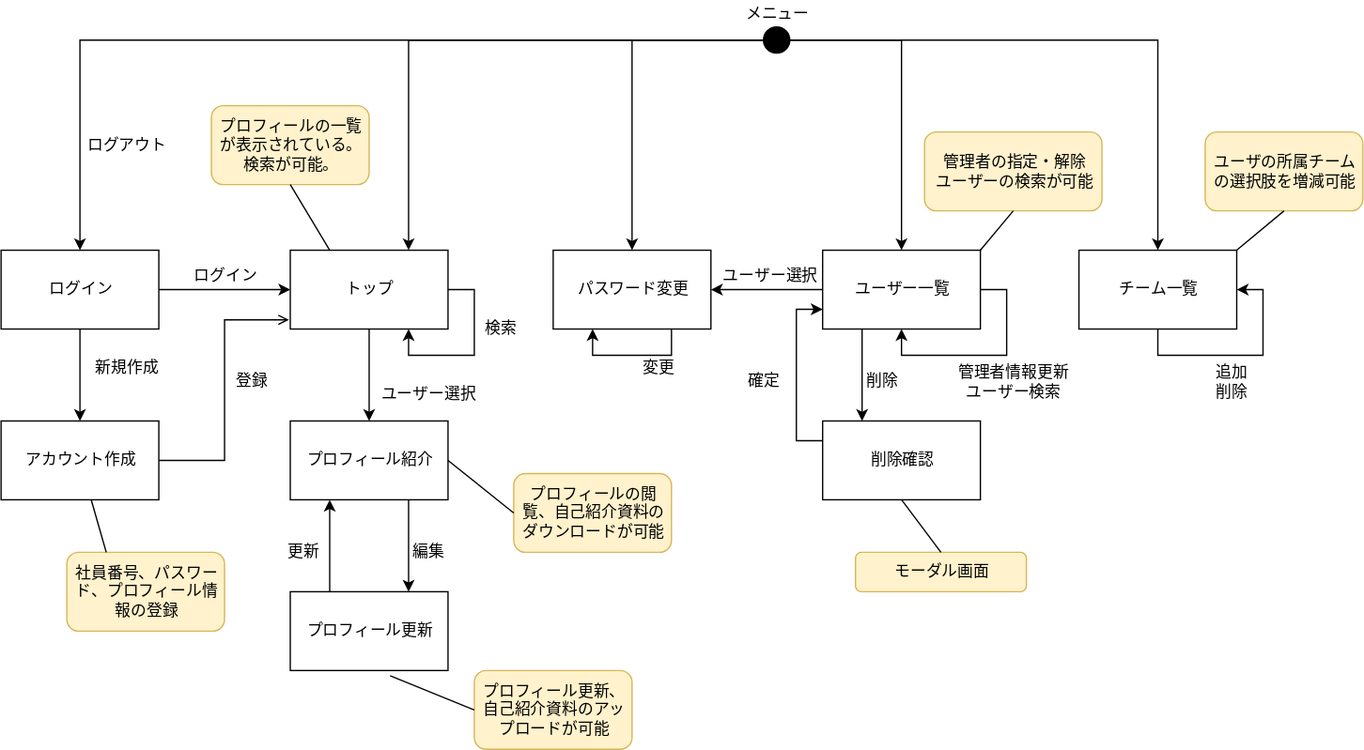
This is doc/2_画面設計/1_画面遷移図.svg from tis-pb1-programing-club/album-web, a draw.io export, as it was before one commit. Source tidied: cells renumbered, new cells last; positions are measured from the earlier drawing's top-left corner, leaving out a move shared by most shapes.
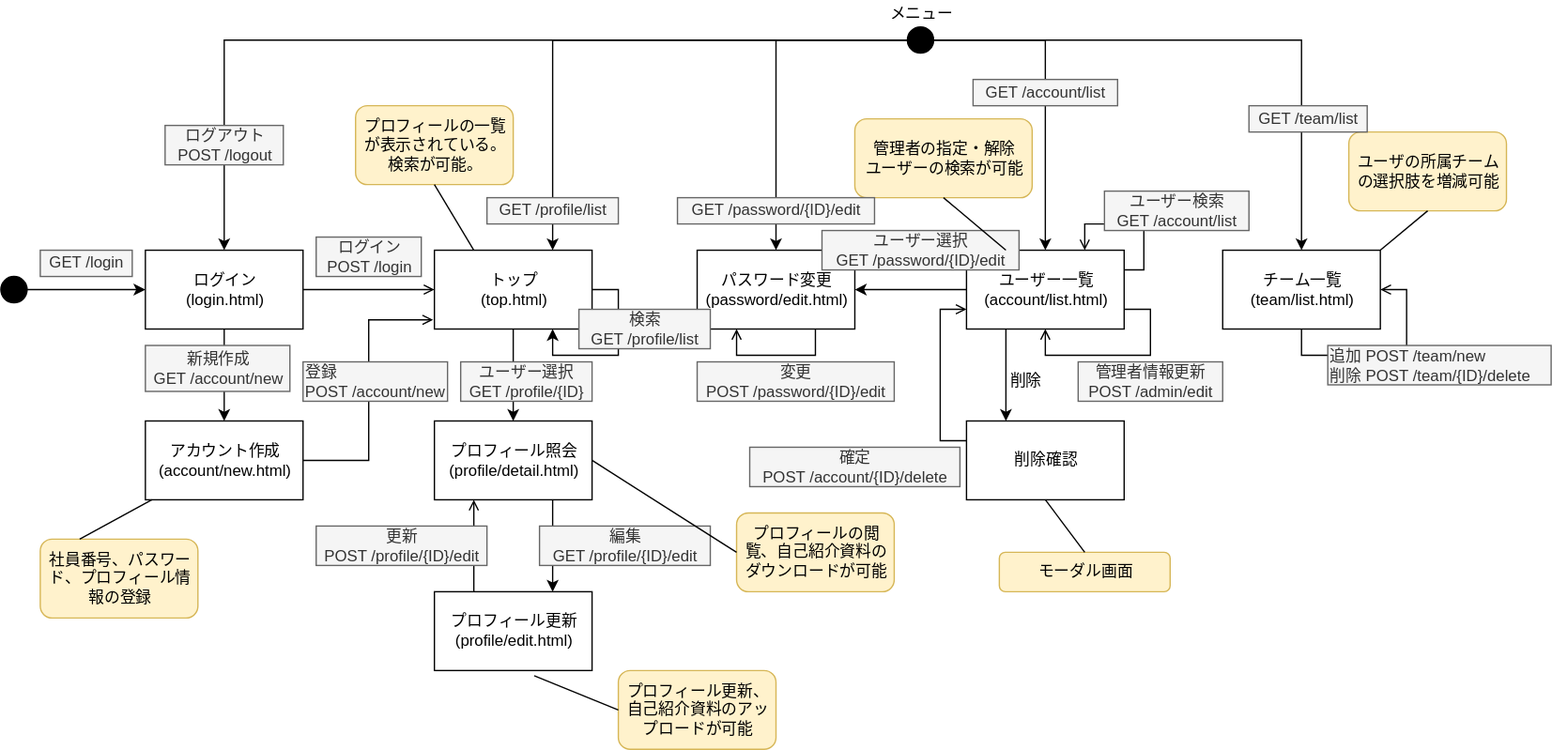
Above is the later version.

Commit message:
第11回目の結果を反映

Change to the diagram source:
```diff
@@ -2,58 +2,58 @@
   <root>
     <mxCell id="0" />
     <mxCell id="1" parent="0" />
-    <mxCell id="2" style="edgeStyle=orthogonalEdgeStyle;rounded=0;jettySize=auto;html=1;exitX=1;exitY=0.5;exitDx=0;exitDy=0;entryX=0;entryY=0.5;entryDx=0;entryDy=0;" parent="1" edge="1" source="4" target="11">
+    <mxCell id="2" style="edgeStyle=orthogonalEdgeStyle;rounded=0;jettySize=auto;html=1;exitX=1;exitY=0.5;exitDx=0;exitDy=0;entryX=0;entryY=0.5;entryDx=0;entryDy=0;endArrow=open;endFill=0;" parent="1" edge="1" source="4" target="11">
       <mxGeometry relative="1" as="geometry" />
     </mxCell>
     <mxCell id="3" style="edgeStyle=orthogonalEdgeStyle;rounded=0;jettySize=auto;html=1;exitX=0.5;exitY=1;exitDx=0;exitDy=0;" parent="1" edge="1" source="4" target="6">
       <mxGeometry relative="1" as="geometry" />
     </mxCell>
-    <mxCell id="4" value="ログイン" style="rounded=0;whiteSpace=wrap;html=1;" parent="1" vertex="1">
+    <mxCell id="4" value="&lt;div&gt;ログイン&lt;/div&gt;&lt;div&gt;(login.html)&lt;br&gt;&lt;/div&gt;" style="rounded=0;whiteSpace=wrap;html=1;" parent="1" vertex="1">
       <mxGeometry y="190" width="120" height="60" as="geometry" />
     </mxCell>
     <mxCell id="5" style="edgeStyle=orthogonalEdgeStyle;rounded=0;jettySize=auto;html=1;exitX=1;exitY=0.5;exitDx=0;exitDy=0;entryX=-0.008;entryY=0.883;entryDx=0;entryDy=0;entryPerimeter=0;endArrow=open;endFill=0;" parent="1" edge="1" source="6" target="11">
       <mxGeometry relative="1" as="geometry" />
     </mxCell>
-    <mxCell id="6" value="アカウント作成" style="rounded=0;whiteSpace=wrap;html=1;" parent="1" vertex="1">
+    <mxCell id="6" value="&lt;div&gt;アカウント作成&lt;/div&gt;(account/new.html)" style="rounded=0;whiteSpace=wrap;html=1;" parent="1" vertex="1">
       <mxGeometry y="320" width="120" height="60" as="geometry" />
     </mxCell>
     <mxCell id="7" value="社員番号、パスワード、プロフィール情報の登録" style="rounded=1;whiteSpace=wrap;html=1;fillColor=#fff2cc;strokeColor=#d6b656;" parent="1" vertex="1">
-      <mxGeometry x="50" y="420" width="120" height="60" as="geometry" />
+      <mxGeometry x="-80" y="410" width="120" height="60" as="geometry" />
     </mxCell>
     <mxCell id="8" style="endArrow=none;html=1;entryX=0.25;entryY=0;entryDx=0;entryDy=0;" parent="1" edge="1" source="6" target="7">
       <mxGeometry relative="1" as="geometry" />
     </mxCell>
-    <mxCell id="9" value="パスワード変更" style="rounded=0;whiteSpace=wrap;html=1;" parent="1" vertex="1">
+    <mxCell id="9" value="&lt;div&gt;パスワード変更&lt;/div&gt;(password/edit.html)" style="rounded=0;whiteSpace=wrap;html=1;" parent="1" vertex="1">
       <mxGeometry x="420" y="190" width="120" height="60" as="geometry" />
     </mxCell>
     <mxCell id="10" style="edgeStyle=orthogonalEdgeStyle;rounded=0;jettySize=auto;html=1;exitX=0.5;exitY=1;exitDx=0;exitDy=0;entryX=0.5;entryY=0;entryDx=0;entryDy=0;" parent="1" edge="1" source="11" target="13">
       <mxGeometry relative="1" as="geometry" />
     </mxCell>
-    <mxCell id="11" value="トップ" style="rounded=0;whiteSpace=wrap;html=1;" parent="1" vertex="1">
+    <mxCell id="11" value="&lt;div&gt;トップ&lt;/div&gt;(top.html)" style="rounded=0;whiteSpace=wrap;html=1;" parent="1" vertex="1">
       <mxGeometry x="220" y="190" width="120" height="60" as="geometry" />
     </mxCell>
     <mxCell id="12" style="edgeStyle=orthogonalEdgeStyle;rounded=0;jettySize=auto;html=1;exitX=0.75;exitY=1;exitDx=0;exitDy=0;entryX=0.75;entryY=0;entryDx=0;entryDy=0;" parent="1" edge="1" source="13" target="15">
       <mxGeometry relative="1" as="geometry" />
     </mxCell>
-    <mxCell id="13" value="プロフィール紹介" style="rounded=0;whiteSpace=wrap;html=1;" parent="1" vertex="1">
+    <mxCell id="13" value="&lt;div&gt;プロフィール照会&lt;/div&gt;(profile/detail.html)" style="rounded=0;whiteSpace=wrap;html=1;" parent="1" vertex="1">
       <mxGeometry x="220" y="320" width="120" height="60" as="geometry" />
     </mxCell>
-    <mxCell id="14" style="edgeStyle=orthogonalEdgeStyle;rounded=0;jettySize=auto;html=1;exitX=0.25;exitY=0;exitDx=0;exitDy=0;entryX=0.25;entryY=1;entryDx=0;entryDy=0;" parent="1" edge="1" source="15" target="13">
+    <mxCell id="14" style="edgeStyle=orthogonalEdgeStyle;rounded=0;jettySize=auto;html=1;exitX=0.25;exitY=0;exitDx=0;exitDy=0;entryX=0.25;entryY=1;entryDx=0;entryDy=0;endArrow=open;endFill=0;" parent="1" edge="1" source="15" target="13">
       <mxGeometry relative="1" as="geometry" />
     </mxCell>
-    <mxCell id="15" value="プロフィール更新" style="rounded=0;whiteSpace=wrap;html=1;" parent="1" vertex="1">
+    <mxCell id="15" value="&lt;div&gt;プロフィール更新&lt;/div&gt;(profile/edit.html)" style="rounded=0;whiteSpace=wrap;html=1;" parent="1" vertex="1">
       <mxGeometry x="220" y="450" width="120" height="60" as="geometry" />
     </mxCell>
-    <mxCell id="16" value="チーム一覧" style="rounded=0;whiteSpace=wrap;html=1;" parent="1" vertex="1">
+    <mxCell id="16" value="&lt;div&gt;チーム一覧&lt;/div&gt;(team/list.html)" style="rounded=0;whiteSpace=wrap;html=1;" parent="1" vertex="1">
       <mxGeometry x="820" y="190" width="120" height="60" as="geometry" />
     </mxCell>
     <mxCell id="17" style="edgeStyle=orthogonalEdgeStyle;rounded=0;jettySize=auto;html=1;exitX=0;exitY=0.5;exitDx=0;exitDy=0;entryX=1;entryY=0.5;entryDx=0;entryDy=0;" parent="1" edge="1" source="18" target="9">
       <mxGeometry relative="1" as="geometry" />
     </mxCell>
-    <mxCell id="18" value="ユーザー一覧" style="rounded=0;whiteSpace=wrap;html=1;" parent="1" vertex="1">
+    <mxCell id="18" value="&lt;div&gt;ユーザー一覧&lt;/div&gt;(account/list.html)" style="rounded=0;whiteSpace=wrap;html=1;" parent="1" vertex="1">
       <mxGeometry x="625" y="190" width="120" height="60" as="geometry" />
     </mxCell>
-    <mxCell id="19" style="edgeStyle=orthogonalEdgeStyle;rounded=0;orthogonalLoop=1;jettySize=auto;html=1;exitX=0.5;exitY=1;exitDx=0;exitDy=0;entryX=1;entryY=0.5;entryDx=0;entryDy=0;" parent="1" edge="1" source="16" target="16">
+    <mxCell id="19" style="edgeStyle=orthogonalEdgeStyle;rounded=0;orthogonalLoop=1;jettySize=auto;html=1;exitX=0.5;exitY=1;exitDx=0;exitDy=0;entryX=1;entryY=0.5;entryDx=0;entryDy=0;endArrow=open;endFill=0;" parent="1" edge="1" source="16" target="16">
       <mxGeometry relative="1" as="geometry" />
     </mxCell>
     <mxCell id="20" style="edgeStyle=orthogonalEdgeStyle;rounded=0;jettySize=auto;html=1;exitX=1;exitY=0.5;exitDx=0;exitDy=0;" parent="1" edge="1" source="25" target="16">
@@ -79,53 +79,53 @@
     <mxCell id="26" value="メニュー" style="text;html=1;strokeColor=none;fillColor=none;align=center;verticalAlign=middle;whiteSpace=wrap;rounded=0;" parent="1" vertex="1">
       <mxGeometry x="555" width="70" height="20" as="geometry" />
     </mxCell>
-    <mxCell id="27" style="edgeStyle=orthogonalEdgeStyle;rounded=0;orthogonalLoop=1;jettySize=auto;html=1;exitX=0.75;exitY=1;exitDx=0;exitDy=0;entryX=0.25;entryY=1;entryDx=0;entryDy=0;" parent="1" edge="1" source="9" target="9">
+    <mxCell id="27" style="edgeStyle=orthogonalEdgeStyle;rounded=0;orthogonalLoop=1;jettySize=auto;html=1;exitX=0.75;exitY=1;exitDx=0;exitDy=0;entryX=0.25;entryY=1;entryDx=0;entryDy=0;endArrow=open;endFill=0;" parent="1" edge="1" source="9" target="9">
       <mxGeometry relative="1" as="geometry" />
     </mxCell>
     <mxCell id="28" style="edgeStyle=orthogonalEdgeStyle;rounded=0;orthogonalLoop=1;jettySize=auto;html=1;exitX=1;exitY=0.5;exitDx=0;exitDy=0;entryX=0.75;entryY=1;entryDx=0;entryDy=0;" parent="1" edge="1" source="11" target="11">
       <mxGeometry relative="1" as="geometry" />
     </mxCell>
-    <mxCell id="29" style="edgeStyle=orthogonalEdgeStyle;rounded=0;orthogonalLoop=1;jettySize=auto;html=1;exitX=1;exitY=0.5;exitDx=0;exitDy=0;entryX=0.5;entryY=1;entryDx=0;entryDy=0;" parent="1" edge="1" source="18" target="18">
+    <mxCell id="29" style="edgeStyle=orthogonalEdgeStyle;rounded=0;orthogonalLoop=1;jettySize=auto;html=1;exitX=1;exitY=0.75;exitDx=0;exitDy=0;entryX=0.5;entryY=1;entryDx=0;entryDy=0;endArrow=open;endFill=0;" parent="1" edge="1" source="18" target="18">
       <mxGeometry relative="1" as="geometry" />
     </mxCell>
-    <mxCell id="30" style="edgeStyle=orthogonalEdgeStyle;rounded=0;jettySize=auto;html=1;exitX=0;exitY=0.25;exitDx=0;exitDy=0;entryX=0;entryY=0.75;entryDx=0;entryDy=0;" parent="1" edge="1" source="31" target="18">
+    <mxCell id="30" style="edgeStyle=orthogonalEdgeStyle;rounded=0;jettySize=auto;html=1;exitX=0;exitY=0.25;exitDx=0;exitDy=0;entryX=0;entryY=0.75;entryDx=0;entryDy=0;endArrow=open;endFill=0;" parent="1" edge="1" source="31" target="18">
       <mxGeometry relative="1" as="geometry" />
     </mxCell>
-    <mxCell id="31" value="削除確認" style="rounded=0;whiteSpace=wrap;html=1;" parent="1" vertex="1">
+    <mxCell id="31" value="&lt;div&gt;削除確認&lt;/div&gt;" style="rounded=0;whiteSpace=wrap;html=1;" parent="1" vertex="1">
       <mxGeometry x="625" y="320" width="120" height="60" as="geometry" />
     </mxCell>
-    <mxCell id="32" value="ログアウト" style="text;html=1;strokeColor=none;fillColor=none;align=center;verticalAlign=middle;whiteSpace=wrap;rounded=0;" parent="1" vertex="1">
-      <mxGeometry x="60" y="100" width="70" height="20" as="geometry" />
+    <mxCell id="32" value="&lt;div&gt;ログアウト&lt;/div&gt;&lt;div&gt;POST /logout&lt;/div&gt;" style="text;html=1;strokeColor=#666666;fillColor=#f5f5f5;align=center;verticalAlign=middle;whiteSpace=wrap;rounded=0;fontColor=#333333;" parent="1" vertex="1">
+      <mxGeometry x="15" y="95" width="90" height="30" as="geometry" />
     </mxCell>
-    <mxCell id="33" value="新規作成" style="text;html=1;strokeColor=none;fillColor=none;align=center;verticalAlign=middle;whiteSpace=wrap;rounded=0;" parent="1" vertex="1">
-      <mxGeometry x="60" y="270" width="70" height="20" as="geometry" />
+    <mxCell id="33" value="&lt;div&gt;新規作成&lt;/div&gt;&lt;div&gt;GET /account/new&lt;/div&gt;" style="text;html=1;strokeColor=#666666;fillColor=#f5f5f5;align=center;verticalAlign=middle;whiteSpace=wrap;rounded=0;fontColor=#333333;" parent="1" vertex="1">
+      <mxGeometry y="262.5" width="110" height="35" as="geometry" />
     </mxCell>
-    <mxCell id="34" value="登録" style="text;html=1;strokeColor=none;fillColor=none;align=center;verticalAlign=middle;whiteSpace=wrap;rounded=0;" parent="1" vertex="1">
-      <mxGeometry x="170" y="280" width="40" height="20" as="geometry" />
+    <mxCell id="34" value="&lt;div&gt;登録&lt;/div&gt;&lt;div&gt;POST /account/new&lt;/div&gt;" style="text;html=1;align=left;verticalAlign=middle;whiteSpace=wrap;rounded=0;fillColor=#f5f5f5;strokeColor=#666666;fontColor=#333333;" parent="1" vertex="1">
+      <mxGeometry x="120" y="275" width="110" height="30" as="geometry" />
     </mxCell>
-    <mxCell id="35" value="ログイン" style="text;html=1;strokeColor=none;fillColor=none;align=center;verticalAlign=middle;whiteSpace=wrap;rounded=0;" parent="1" vertex="1">
-      <mxGeometry x="140" y="200" width="60" height="20" as="geometry" />
+    <mxCell id="35" value="&lt;div&gt;ログイン&lt;/div&gt;&lt;div&gt;POST /login&lt;/div&gt;" style="text;html=1;strokeColor=#666666;fillColor=#f5f5f5;align=center;verticalAlign=middle;whiteSpace=wrap;rounded=0;fontColor=#333333;" parent="1" vertex="1">
+      <mxGeometry x="130" y="180" width="80" height="30" as="geometry" />
     </mxCell>
-    <mxCell id="36" value="検索" style="text;html=1;align=center;verticalAlign=middle;" parent="1" vertex="1">
-      <mxGeometry x="360" y="240" width="40" height="20" as="geometry" />
+    <mxCell id="36" value="&lt;div&gt;検索&lt;/div&gt;GET /profile/list" style="text;html=1;align=center;verticalAlign=middle;fillColor=#f5f5f5;strokeColor=#666666;fontColor=#333333;" parent="1" vertex="1">
+      <mxGeometry x="330" y="235" width="100" height="30" as="geometry" />
     </mxCell>
-    <mxCell id="37" value="ユーザー選択" style="text;html=1;align=center;verticalAlign=middle;" parent="1" vertex="1">
-      <mxGeometry x="280" y="290" width="90" height="20" as="geometry" />
+    <mxCell id="37" value="&lt;div&gt;ユーザー選択&lt;/div&gt;&lt;div&gt;GET /profile/{ID}&lt;/div&gt;" style="text;html=1;align=center;verticalAlign=middle;fillColor=#f5f5f5;strokeColor=#666666;fontColor=#333333;" parent="1" vertex="1">
+      <mxGeometry x="240" y="275" width="100" height="30" as="geometry" />
     </mxCell>
-    <mxCell id="38" value="編集" style="text;html=1;align=center;verticalAlign=middle;" parent="1" vertex="1">
-      <mxGeometry x="305" y="410" width="40" height="20" as="geometry" />
+    <mxCell id="38" value="&lt;div&gt;編集&lt;/div&gt;&lt;div&gt;GET /profile/{ID}/edit&lt;/div&gt;" style="text;html=1;align=center;verticalAlign=middle;fillColor=#f5f5f5;strokeColor=#666666;fontColor=#333333;" parent="1" vertex="1">
+      <mxGeometry x="300" y="400" width="130" height="30" as="geometry" />
     </mxCell>
-    <mxCell id="39" value="更新" style="text;html=1;align=center;verticalAlign=middle;" parent="1" vertex="1">
-      <mxGeometry x="210" y="410" width="40" height="20" as="geometry" />
+    <mxCell id="39" value="&lt;div&gt;更新&lt;/div&gt;&lt;div&gt;POST /profile/{ID}/edit&lt;/div&gt;" style="text;html=1;align=center;verticalAlign=middle;fillColor=#f5f5f5;strokeColor=#666666;fontColor=#333333;" parent="1" vertex="1">
+      <mxGeometry x="130" y="400" width="130" height="30" as="geometry" />
     </mxCell>
-    <mxCell id="40" value="変更" style="text;html=1;align=center;verticalAlign=middle;" parent="1" vertex="1">
-      <mxGeometry x="480" y="270" width="40" height="20" as="geometry" />
+    <mxCell id="40" value="&lt;div&gt;変更&lt;/div&gt;POST /password/{ID}/edit" style="text;html=1;align=center;verticalAlign=middle;fillColor=#f5f5f5;strokeColor=#666666;fontColor=#333333;" parent="1" vertex="1">
+      <mxGeometry x="420" y="275" width="150" height="30" as="geometry" />
     </mxCell>
-    <mxCell id="41" value="ユーザー選択" style="text;html=1;align=center;verticalAlign=middle;" parent="1" vertex="1">
-      <mxGeometry x="540" y="200" width="90" height="20" as="geometry" />
+    <mxCell id="41" value="&lt;div&gt;ユーザー選択&lt;/div&gt;GET /password/{ID}/edit" style="text;html=1;align=center;verticalAlign=middle;fillColor=#f5f5f5;strokeColor=#666666;fontColor=#333333;" parent="1" vertex="1">
+      <mxGeometry x="515" y="175" width="150" height="30" as="geometry" />
     </mxCell>
-    <mxCell id="42" value="管理者情報更新&lt;br&gt;ユーザー検索" style="text;html=1;align=center;verticalAlign=middle;" parent="1" vertex="1">
-      <mxGeometry x="720" y="275" width="100" height="30" as="geometry" />
+    <mxCell id="42" value="&lt;div&gt;管理者情報更新&lt;/div&gt;POST /admin/edit" style="text;html=1;align=center;verticalAlign=middle;fillColor=#f5f5f5;strokeColor=#666666;fontColor=#333333;" parent="1" vertex="1">
+      <mxGeometry x="710" y="275" width="110" height="30" as="geometry" />
     </mxCell>
     <mxCell id="43" style="edgeStyle=orthogonalEdgeStyle;rounded=0;jettySize=auto;html=1;exitX=0.25;exitY=1;exitDx=0;exitDy=0;entryX=0.25;entryY=0;entryDx=0;entryDy=0;" parent="1" edge="1" source="18" target="31">
       <mxGeometry relative="1" as="geometry" />
@@ -133,11 +133,11 @@
     <mxCell id="44" value="削除" style="text;html=1;align=center;verticalAlign=middle;" parent="1" vertex="1">
       <mxGeometry x="650" y="280" width="40" height="20" as="geometry" />
     </mxCell>
-    <mxCell id="45" value="確定" style="text;html=1;align=center;verticalAlign=middle;" parent="1" vertex="1">
-      <mxGeometry x="560" y="280" width="40" height="20" as="geometry" />
+    <mxCell id="45" value="&lt;div&gt;確定&lt;/div&gt;&lt;div&gt;POST /account/{ID}/delete&lt;/div&gt;" style="text;html=1;align=center;verticalAlign=middle;fillColor=#f5f5f5;strokeColor=#666666;fontColor=#333333;" parent="1" vertex="1">
+      <mxGeometry x="460" y="340" width="160" height="30" as="geometry" />
     </mxCell>
-    <mxCell id="46" value="追加&lt;br&gt;削除" style="text;html=1;align=center;verticalAlign=middle;" parent="1" vertex="1">
-      <mxGeometry x="916" y="275" width="40" height="30" as="geometry" />
+    <mxCell id="46" value="追加 POST /team/new&lt;br&gt;削除 POST /team/{ID}/delete" style="text;html=1;align=left;verticalAlign=middle;fillColor=#f5f5f5;strokeColor=#666666;fontColor=#333333;" parent="1" vertex="1">
+      <mxGeometry x="900" y="262.5" width="170" height="30" as="geometry" />
     </mxCell>
     <mxCell id="47" value="プロフィール更新、自己紹介資料のアップロードが可能" style="rounded=1;whiteSpace=wrap;html=1;fillColor=#fff2cc;strokeColor=#d6b656;" parent="1" vertex="1">
       <mxGeometry x="360" y="510" width="120" height="60" as="geometry" />
@@ -146,7 +146,7 @@
       <mxGeometry relative="1" as="geometry" />
     </mxCell>
     <mxCell id="49" value="プロフィールの閲覧、自己紹介資料のダウンロードが可能" style="rounded=1;whiteSpace=wrap;html=1;fillColor=#fff2cc;strokeColor=#d6b656;" parent="1" vertex="1">
-      <mxGeometry x="390" y="360" width="120" height="60" as="geometry" />
+      <mxGeometry x="450" y="390" width="120" height="60" as="geometry" />
     </mxCell>
     <mxCell id="50" style="endArrow=none;html=1;entryX=1;entryY=0.5;entryDx=0;entryDy=0;exitX=0;exitY=0.5;exitDx=0;exitDy=0;" parent="1" edge="1" source="49" target="13">
       <mxGeometry relative="1" as="geometry" />
@@ -158,9 +158,9 @@
       <mxGeometry relative="1" as="geometry" />
     </mxCell>
     <mxCell id="53" value="管理者の指定・解除&lt;br&gt;ユーザーの検索が可能" style="rounded=1;whiteSpace=wrap;html=1;fillColor=#fff2cc;strokeColor=#d6b656;" parent="1" vertex="1">
-      <mxGeometry x="702.5" y="100" width="135" height="60" as="geometry" />
+      <mxGeometry x="540" y="90" width="135" height="60" as="geometry" />
     </mxCell>
-    <mxCell id="54" style="endArrow=none;html=1;entryX=0.5;entryY=1;entryDx=0;entryDy=0;exitX=1;exitY=0;exitDx=0;exitDy=0;" parent="1" edge="1" source="18" target="53">
+    <mxCell id="54" style="endArrow=none;html=1;entryX=0.5;entryY=1;entryDx=0;entryDy=0;exitX=0.25;exitY=0;exitDx=0;exitDy=0;" parent="1" edge="1" source="18" target="53">
       <mxGeometry relative="1" as="geometry" />
     </mxCell>
     <mxCell id="55" value="ユーザの所属チームの選択肢を増減可能" style="rounded=1;whiteSpace=wrap;html=1;fillColor=#fff2cc;strokeColor=#d6b656;" parent="1" vertex="1">
@@ -175,5 +175,38 @@
     <mxCell id="58" style="endArrow=none;html=1;entryX=0.5;entryY=1;entryDx=0;entryDy=0;exitX=0.5;exitY=0;exitDx=0;exitDy=0;" parent="1" edge="1" source="57" target="31">
       <mxGeometry relative="1" as="geometry" />
     </mxCell>
+    <mxCell id="59" style="edgeStyle=orthogonalEdgeStyle;rounded=0;jettySize=auto;html=1;exitX=1;exitY=0.5;exitDx=0;exitDy=0;" parent="1" edge="1" source="60" target="4">
+      <mxGeometry relative="1" as="geometry" />
+    </mxCell>
+    <mxCell id="60" style="ellipse;whiteSpace=wrap;html=1;fillColor=#000000;" parent="1" vertex="1">
+      <mxGeometry x="-110" y="210" width="20" height="20" as="geometry" />
+    </mxCell>
+    <mxCell id="61" value="GET /login" style="text;html=1;align=center;verticalAlign=middle;fillColor=#f5f5f5;strokeColor=#666666;fontColor=#333333;" parent="1" vertex="1">
+      <mxGeometry x="-80" y="190" width="70" height="20" as="geometry" />
+    </mxCell>
+    <mxCell id="62" style="edgeStyle=orthogonalEdgeStyle;rounded=0;orthogonalLoop=1;jettySize=auto;html=1;exitX=1;exitY=0.25;exitDx=0;exitDy=0;entryX=0.75;entryY=0;entryDx=0;entryDy=0;endArrow=open;endFill=0;" parent="1" edge="1" source="18" target="18">
+      <mxGeometry relative="1" as="geometry">
+        <Array as="points">
+          <mxPoint x="760" y="205" />
+          <mxPoint x="760" y="170" />
+          <mxPoint x="715" y="170" />
+        </Array>
+      </mxGeometry>
+    </mxCell>
+    <mxCell id="63" value="&lt;div&gt;ユーザー検索&lt;/div&gt;GET /account/list" style="text;html=1;align=center;verticalAlign=middle;fillColor=#f5f5f5;strokeColor=#666666;fontColor=#333333;" parent="1" vertex="1">
+      <mxGeometry x="730" y="145" width="110" height="30" as="geometry" />
+    </mxCell>
+    <mxCell id="64" value="GET /password/{ID}/edit" style="text;html=1;align=center;verticalAlign=middle;fillColor=#f5f5f5;strokeColor=#666666;fontColor=#333333;" parent="1" vertex="1">
+      <mxGeometry x="405" y="150" width="150" height="20" as="geometry" />
+    </mxCell>
+    <mxCell id="65" value="GET /profile/list" style="text;html=1;align=center;verticalAlign=middle;fillColor=#f5f5f5;strokeColor=#666666;fontColor=#333333;" parent="1" vertex="1">
+      <mxGeometry x="260" y="150" width="100" height="20" as="geometry" />
+    </mxCell>
+    <mxCell id="66" value="GET /account/list" style="text;html=1;align=center;verticalAlign=middle;fillColor=#f5f5f5;strokeColor=#666666;fontColor=#333333;" parent="1" vertex="1">
+      <mxGeometry x="630" y="60" width="110" height="20" as="geometry" />
+    </mxCell>
+    <mxCell id="67" value="GET /team/list" style="text;html=1;align=center;verticalAlign=middle;fillColor=#f5f5f5;strokeColor=#666666;fontColor=#333333;" parent="1" vertex="1">
+      <mxGeometry x="840" y="80" width="90" height="20" as="geometry" />
+    </mxCell>
   </root>
 </mxGraphModel>
```
